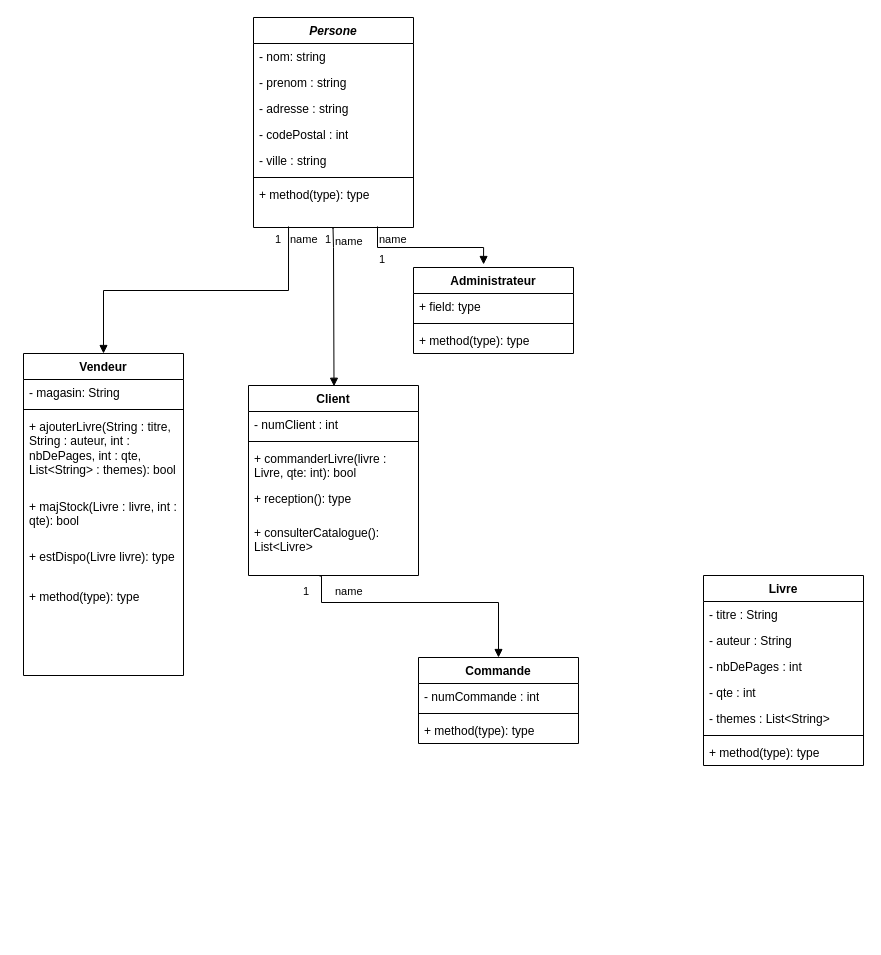
This is diagrammedeclasse.drawio from NolhanDolou/SAE_JAVA, a draw.io file, before an edit. Source tidied: cells renumbered, new cells numbered last; positions are measured from the earlier drawing's top-left corner, leaving out a move shared by most shapes. Both pictures are drawn from the tidied source at 100%, with x=0, y=0 at pixel (23, 17).
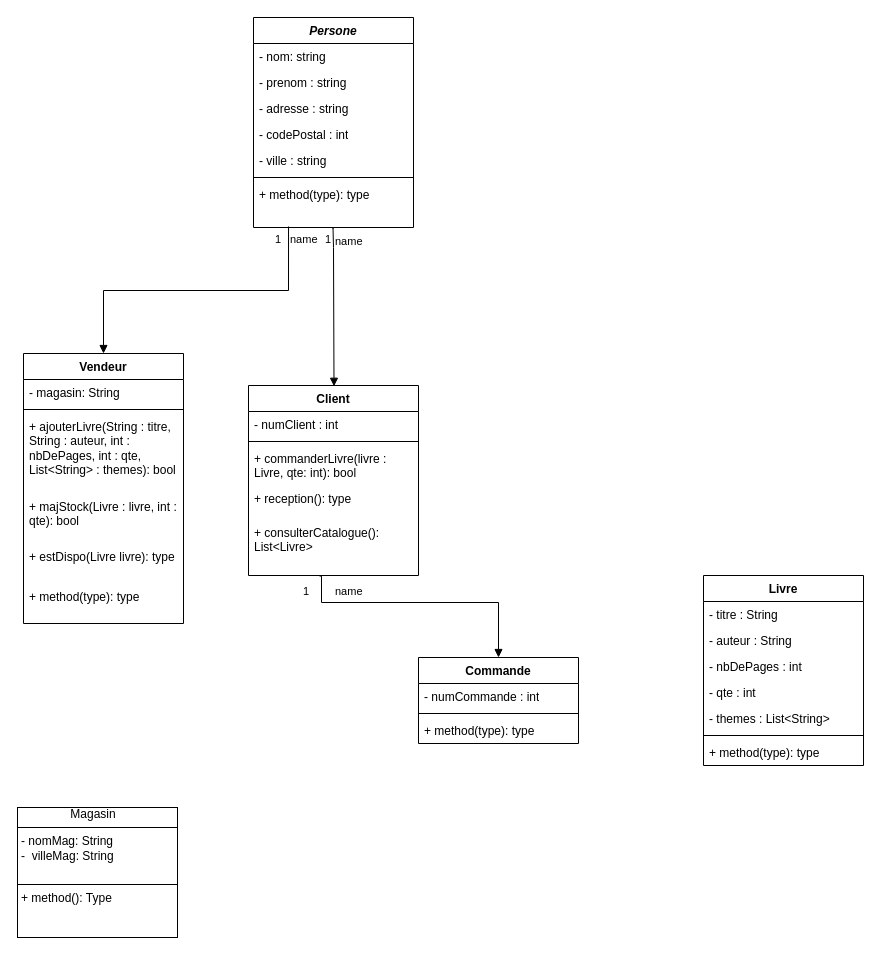
After the change.

Commit message:
Maj diagramme classe

The change refers to these unchanged cells:
```xml
<mxCell id="9" value="+ method(type): type" style="text;strokeColor=none;fillColor=none;align=left;verticalAlign=top;spacingLeft=4;spacingRight=4;overflow=hidden;points=[[0,0.5],[1,0.5]];portConstraint=eastwest;whiteSpace=wrap;html=1;" parent="2" vertex="1">
  <mxGeometry y="164" width="160" height="46" as="geometry" />
</mxCell>
```

Change to the diagram source:
```diff
@@
-    <mxCell id="16" value="Administrateur" style="swimlane;fontStyle=1;align=center;verticalAlign=top;horizontal=1;startSize=26;whiteSpace=wrap;html=1;" parent="1" vertex="1">
-      <mxGeometry x="390" y="250" width="160" height="86" as="geometry" />
-    </mxCell>
-    <mxCell id="17" value="+ field: type" style="text;strokeColor=none;fillColor=none;align=left;verticalAlign=top;spacingLeft=4;spacingRight=4;overflow=hidden;whiteSpace=wrap;html=1;" parent="16" vertex="1">
-      <mxGeometry y="26" width="160" height="26" as="geometry" />
-    </mxCell>
-    <mxCell id="18" style="line;strokeWidth=1;fillColor=none;align=left;verticalAlign=middle;spacingTop=-1;spacingLeft=3;spacingRight=3;labelPosition=right;strokeColor=inherit;" parent="16" vertex="1">
-      <mxGeometry y="52" width="160" height="8" as="geometry" />
-    </mxCell>
-    <mxCell id="19" value="+ method(type): type" style="text;strokeColor=none;fillColor=none;align=left;verticalAlign=top;spacingLeft=4;spacingRight=4;overflow=hidden;whiteSpace=wrap;html=1;" parent="16" vertex="1">
-      <mxGeometry y="60" width="160" height="26" as="geometry" />
-    </mxCell>
     <mxCell id="20" value="Vendeur" style="swimlane;fontStyle=1;align=center;verticalAlign=top;horizontal=1;startSize=26;whiteSpace=wrap;html=1;" parent="1" vertex="1">
-      <mxGeometry y="336" width="160" height="322" as="geometry" />
+      <mxGeometry y="336" width="160" height="270" as="geometry" />
     </mxCell>
@@
     <mxCell id="26" value="+ method(type): type" style="text;strokeColor=none;fillColor=none;align=left;verticalAlign=top;spacingLeft=4;spacingRight=4;overflow=hidden;whiteSpace=wrap;html=1;" parent="20" vertex="1">
-      <mxGeometry y="230" width="160" height="92" as="geometry" />
+      <mxGeometry y="230" width="160" height="40" as="geometry" />
     </mxCell>
@@
-    <mxCell id="31" value="name" style="endArrow=block;endFill=1;html=1;edgeStyle=orthogonalEdgeStyle;align=left;verticalAlign=top;rounded=0;exitX=0.775;exitY=0.978;exitDx=0;exitDy=0;exitPerimeter=0;entryX=0.438;entryY=-0.035;entryDx=0;entryDy=0;entryPerimeter=0;" parent="1" edge="1" source="9" target="16">
-      <mxGeometry x="-1" relative="1" as="geometry" />
-    </mxCell>
-    <mxCell id="32" value="1" style="edgeLabel;html=1;align=left;verticalAlign=bottom;" parent="31" vertex="1">
-      <mxGeometry x="-1" relative="1" as="geometry">
-        <mxPoint y="41" as="offset" />
-      </mxGeometry>
-    </mxCell>
@@
+    <mxCell id="47" value="&lt;div&gt;&lt;span style=&quot;white-space: pre;&quot;&gt;&#9;&lt;/span&gt;&lt;span style=&quot;white-space: pre;&quot;&gt;&#9;&lt;/span&gt;Magasin&lt;/div&gt;&lt;hr size=&quot;1&quot; style=&quot;border-style:solid;&quot;&gt;&lt;p style=&quot;margin:0px;margin-left:4px;&quot;&gt;- nomMag: String&lt;/p&gt;&lt;p style=&quot;margin:0px;margin-left:4px;&quot;&gt;-&amp;nbsp; villeMag: String&lt;/p&gt;&lt;p style=&quot;margin:0px;margin-left:4px;&quot;&gt;&lt;br&gt;&lt;/p&gt;&lt;hr size=&quot;1&quot; style=&quot;border-style:solid;&quot;&gt;&lt;p style=&quot;margin:0px;margin-left:4px;&quot;&gt;+ method(): Type&lt;/p&gt;" style="verticalAlign=top;align=left;overflow=fill;html=1;whiteSpace=wrap;" parent="1" vertex="1">
+      <mxGeometry x="-6" y="790" width="160" height="130" as="geometry" />
+    </mxCell>
```
